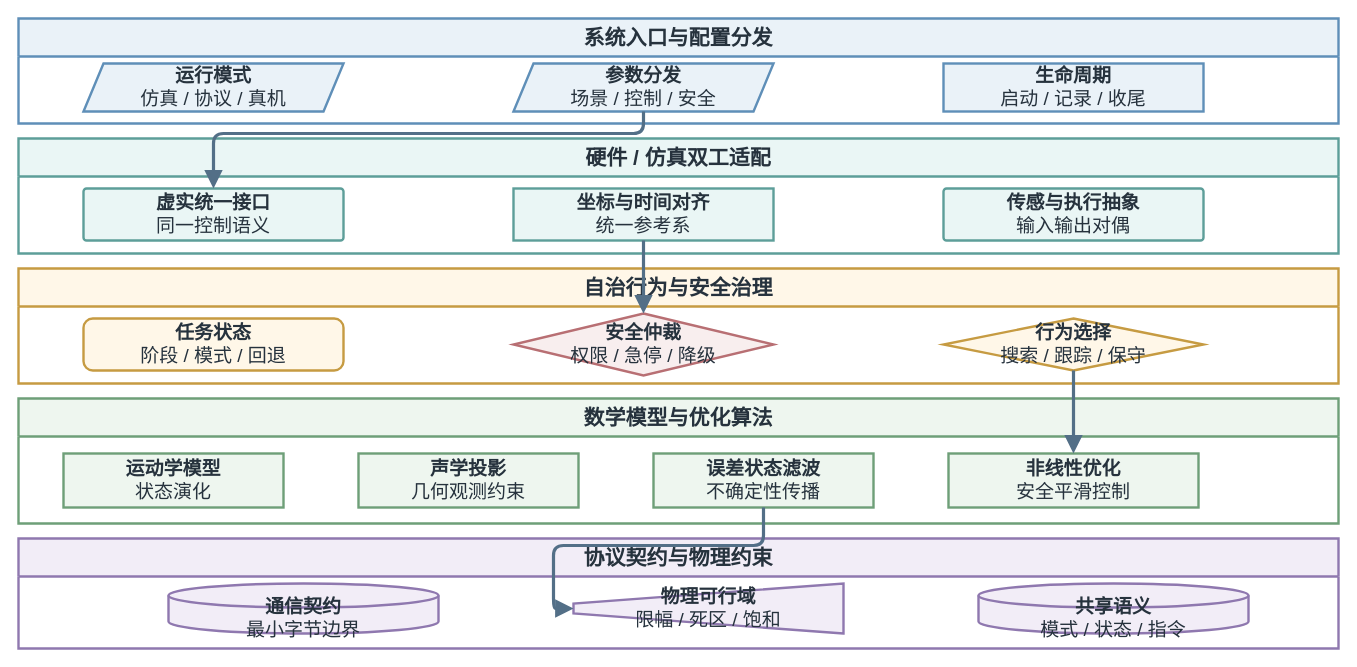
The draw.io diagram docs/thesis/figures/architecture/auv_v2_five_layer_functional_architecture.drawio in 360ZMEM/AUV-Master-Project, before the edit. Source tidied: cells renumbered, new cells numbered last; positions are measured from the earlier drawing's top-left corner, leaving out a move shared by most shapes. Both pictures are drawn from the tidied source at 100%, with x=0, y=0 at pixel (18, 18).
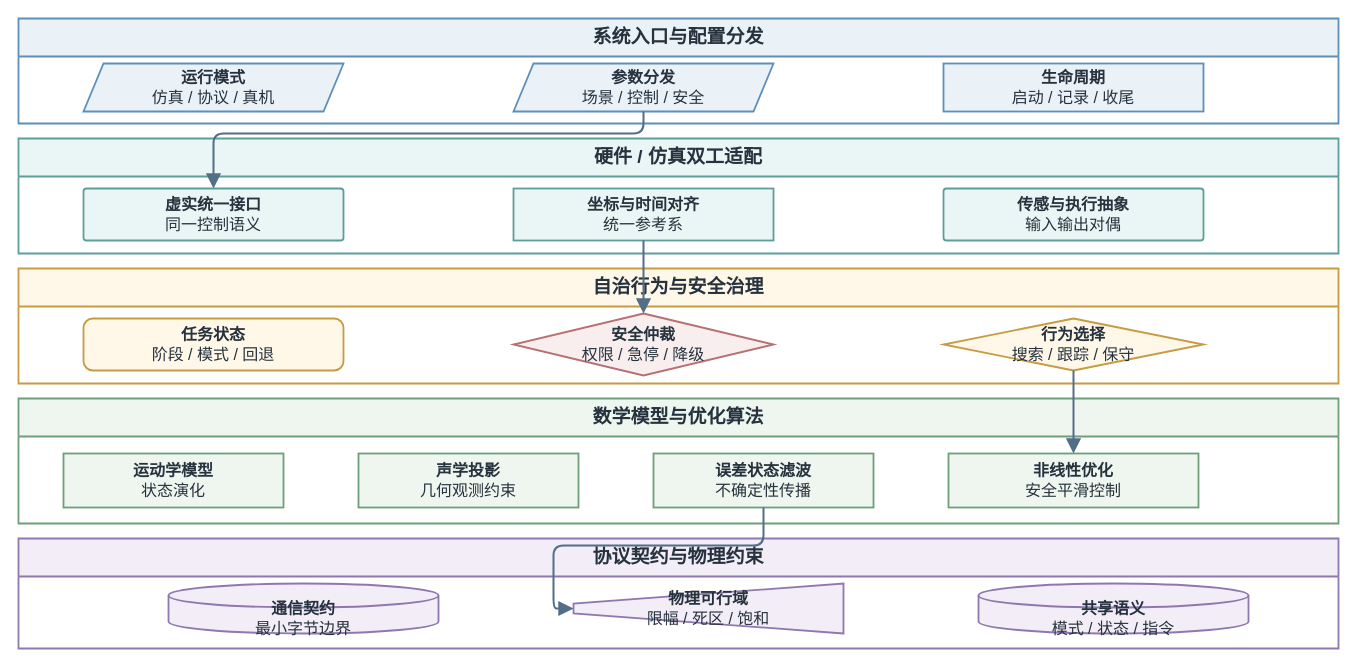
The same diagram, later.

What changed in the source:
```diff
@@
-    <mxCell id="2" value="系统入口与配置分发" style="swimlane;whiteSpace=wrap;html=1;startSize=38;rounded=0;fillColor=#EAF2F8;strokeColor=#5F8FB8;strokeWidth=2.4;fontFamily=Songti SC;fontSize=21;fontStyle=1;fontColor=#26323D;" parent="1" vertex="1">
+    <mxCell id="2" value="系统入口与配置分发" style="swimlane;whiteSpace=wrap;html=1;startSize=38;rounded=0;fillColor=#EAF2F8;strokeColor=#5F8FB8;strokeWidth=1.8;fontFamily=Songti SC;fontSize=19;fontStyle=1;fontColor=#26323D;" parent="1" vertex="1">
       <mxGeometry width="1320" height="105" as="geometry" />
     </mxCell>
-    <mxCell id="3" value="硬件 / 仿真双工适配" style="swimlane;whiteSpace=wrap;html=1;startSize=38;rounded=0;fillColor=#EAF6F5;strokeColor=#5D9E99;strokeWidth=2.4;fontFamily=Songti SC;fontSize=21;fontStyle=1;fontColor=#26323D;" parent="1" vertex="1">
+    <mxCell id="3" value="硬件 / 仿真双工适配" style="swimlane;whiteSpace=wrap;html=1;startSize=38;rounded=0;fillColor=#EAF6F5;strokeColor=#5D9E99;strokeWidth=1.8;fontFamily=Songti SC;fontSize=19;fontStyle=1;fontColor=#26323D;" parent="1" vertex="1">
       <mxGeometry y="120" width="1320" height="115" as="geometry" />
     </mxCell>
-    <mxCell id="4" value="自治行为与安全治理" style="swimlane;whiteSpace=wrap;html=1;startSize=38;rounded=0;fillColor=#FFF7E8;strokeColor=#C69B42;strokeWidth=2.4;fontFamily=Songti SC;fontSize=21;fontStyle=1;fontColor=#26323D;" parent="1" vertex="1">
+    <mxCell id="4" value="自治行为与安全治理" style="swimlane;whiteSpace=wrap;html=1;startSize=38;rounded=0;fillColor=#FFF7E8;strokeColor=#C69B42;strokeWidth=1.8;fontFamily=Songti SC;fontSize=19;fontStyle=1;fontColor=#26323D;" parent="1" vertex="1">
       <mxGeometry y="250" width="1320" height="115" as="geometry" />
     </mxCell>
-    <mxCell id="5" value="数学模型与优化算法" style="swimlane;whiteSpace=wrap;html=1;startSize=38;rounded=0;fillColor=#EEF6EF;strokeColor=#6E9F78;strokeWidth=2.4;fontFamily=Songti SC;fontSize=21;fontStyle=1;fontColor=#26323D;" parent="1" vertex="1">
+    <mxCell id="5" value="数学模型与优化算法" style="swimlane;whiteSpace=wrap;html=1;startSize=38;rounded=0;fillColor=#EEF6EF;strokeColor=#6E9F78;strokeWidth=1.8;fontFamily=Songti SC;fontSize=19;fontStyle=1;fontColor=#26323D;" parent="1" vertex="1">
       <mxGeometry y="380" width="1320" height="125" as="geometry" />
     </mxCell>
-    <mxCell id="6" value="协议契约与物理约束" style="swimlane;whiteSpace=wrap;html=1;startSize=38;rounded=0;fillColor=#F2EDF7;strokeColor=#8F78AF;strokeWidth=2.4;fontFamily=Songti SC;fontSize=21;fontStyle=1;fontColor=#26323D;" parent="1" vertex="1">
+    <mxCell id="6" value="协议契约与物理约束" style="swimlane;whiteSpace=wrap;html=1;startSize=38;rounded=0;fillColor=#F2EDF7;strokeColor=#8F78AF;strokeWidth=1.8;fontFamily=Songti SC;fontSize=19;fontStyle=1;fontColor=#26323D;" parent="1" vertex="1">
       <mxGeometry y="520" width="1320" height="110" as="geometry" />
     </mxCell>
-    <mxCell id="7" value="&lt;b&gt;运行模式&lt;/b&gt;&lt;br&gt;仿真 / 协议 / 真机" style="shape=parallelogram;perimeter=parallelogramPerimeter;fixedSize=1;whiteSpace=wrap;html=1;align=center;verticalAlign=middle;fillColor=#EAF2F8;strokeColor=#5F8FB8;strokeWidth=2.4;spacing=8;fontFamily=Songti SC;fontSize=19;fontColor=#26323D;" parent="2" vertex="1">
+    <mxCell id="7" value="&lt;b&gt;运行模式&lt;/b&gt;&lt;br&gt;仿真 / 协议 / 真机" style="shape=parallelogram;perimeter=parallelogramPerimeter;fixedSize=1;whiteSpace=wrap;html=1;align=center;verticalAlign=middle;fillColor=#EAF2F8;strokeColor=#5F8FB8;strokeWidth=1.8;spacing=8;fontFamily=Songti SC;fontSize=16;fontColor=#26323D;" parent="2" vertex="1">
       <mxGeometry x="65" y="45" width="260" height="48" as="geometry" />
     </mxCell>
-    <mxCell id="8" value="&lt;b&gt;参数分发&lt;/b&gt;&lt;br&gt;场景 / 控制 / 安全" style="shape=parallelogram;perimeter=parallelogramPerimeter;fixedSize=1;whiteSpace=wrap;html=1;align=center;verticalAlign=middle;fillColor=#EAF2F8;strokeColor=#5F8FB8;strokeWidth=2.4;spacing=8;fontFamily=Songti SC;fontSize=19;fontColor=#26323D;" parent="2" vertex="1">
+    <mxCell id="8" value="&lt;b&gt;参数分发&lt;/b&gt;&lt;br&gt;场景 / 控制 / 安全" style="shape=parallelogram;perimeter=parallelogramPerimeter;fixedSize=1;whiteSpace=wrap;html=1;align=center;verticalAlign=middle;fillColor=#EAF2F8;strokeColor=#5F8FB8;strokeWidth=1.8;spacing=8;fontFamily=Songti SC;fontSize=16;fontColor=#26323D;" parent="2" vertex="1">
       <mxGeometry x="495" y="45" width="260" height="48" as="geometry" />
     </mxCell>
-    <mxCell id="9" value="&lt;b&gt;生命周期&lt;/b&gt;&lt;br&gt;启动 / 记录 / 收尾" style="rounded=0;whiteSpace=wrap;html=1;align=center;verticalAlign=middle;fillColor=#EAF2F8;strokeColor=#5F8FB8;strokeWidth=2.4;spacing=8;fontFamily=Songti SC;fontSize=19;fontColor=#26323D;" parent="2" vertex="1">
+    <mxCell id="9" value="&lt;b&gt;生命周期&lt;/b&gt;&lt;br&gt;启动 / 记录 / 收尾" style="rounded=0;whiteSpace=wrap;html=1;align=center;verticalAlign=middle;fillColor=#EAF2F8;strokeColor=#5F8FB8;strokeWidth=1.8;spacing=8;fontFamily=Songti SC;fontSize=16;fontColor=#26323D;" parent="2" vertex="1">
       <mxGeometry x="925" y="45" width="260" height="48" as="geometry" />
     </mxCell>
-    <mxCell id="10" value="&lt;b&gt;虚实统一接口&lt;/b&gt;&lt;br&gt;同一控制语义" style="rounded=1;arcSize=6;whiteSpace=wrap;html=1;align=center;verticalAlign=middle;fillColor=#EAF6F5;strokeColor=#5D9E99;strokeWidth=2.4;spacing=8;fontFamily=Songti SC;fontSize=19;fontColor=#26323D;" parent="3" vertex="1">
+    <mxCell id="10" value="&lt;b&gt;虚实统一接口&lt;/b&gt;&lt;br&gt;同一控制语义" style="rounded=1;arcSize=6;whiteSpace=wrap;html=1;align=center;verticalAlign=middle;fillColor=#EAF6F5;strokeColor=#5D9E99;strokeWidth=1.8;spacing=8;fontFamily=Songti SC;fontSize=16;fontColor=#26323D;" parent="3" vertex="1">
       <mxGeometry x="65" y="50" width="260" height="52" as="geometry" />
     </mxCell>
-    <mxCell id="11" value="&lt;b&gt;坐标与时间对齐&lt;/b&gt;&lt;br&gt;统一参考系" style="rounded=0;whiteSpace=wrap;html=1;align=center;verticalAlign=middle;fillColor=#EAF6F5;strokeColor=#5D9E99;strokeWidth=2.4;spacing=8;fontFamily=Songti SC;fontSize=19;fontColor=#26323D;" parent="3" vertex="1">
+    <mxCell id="11" value="&lt;b&gt;坐标与时间对齐&lt;/b&gt;&lt;br&gt;统一参考系" style="rounded=0;whiteSpace=wrap;html=1;align=center;verticalAlign=middle;fillColor=#EAF6F5;strokeColor=#5D9E99;strokeWidth=1.8;spacing=8;fontFamily=Songti SC;fontSize=16;fontColor=#26323D;" parent="3" vertex="1">
       <mxGeometry x="495" y="50" width="260" height="52" as="geometry" />
     </mxCell>
-    <mxCell id="12" value="&lt;b&gt;传感与执行抽象&lt;/b&gt;&lt;br&gt;输入输出对偶" style="rounded=1;arcSize=6;whiteSpace=wrap;html=1;align=center;verticalAlign=middle;fillColor=#EAF6F5;strokeColor=#5D9E99;strokeWidth=2.4;spacing=8;fontFamily=Songti SC;fontSize=19;fontColor=#26323D;" parent="3" vertex="1">
+    <mxCell id="12" value="&lt;b&gt;传感与执行抽象&lt;/b&gt;&lt;br&gt;输入输出对偶" style="rounded=1;arcSize=6;whiteSpace=wrap;html=1;align=center;verticalAlign=middle;fillColor=#EAF6F5;strokeColor=#5D9E99;strokeWidth=1.8;spacing=8;fontFamily=Songti SC;fontSize=16;fontColor=#26323D;" parent="3" vertex="1">
       <mxGeometry x="925" y="50" width="260" height="52" as="geometry" />
     </mxCell>
-    <mxCell id="13" value="&lt;b&gt;任务状态&lt;/b&gt;&lt;br&gt;阶段 / 模式 / 回退" style="rounded=1;arcSize=18;whiteSpace=wrap;html=1;align=center;verticalAlign=middle;fillColor=#FFF7E8;strokeColor=#C69B42;strokeWidth=2.4;spacing=8;fontFamily=Songti SC;fontSize=19;fontColor=#26323D;" parent="4" vertex="1">
+    <mxCell id="13" value="&lt;b&gt;任务状态&lt;/b&gt;&lt;br&gt;阶段 / 模式 / 回退" style="rounded=1;arcSize=18;whiteSpace=wrap;html=1;align=center;verticalAlign=middle;fillColor=#FFF7E8;strokeColor=#C69B42;strokeWidth=1.8;spacing=8;fontFamily=Songti SC;fontSize=16;fontColor=#26323D;" parent="4" vertex="1">
       <mxGeometry x="65" y="50" width="260" height="52" as="geometry" />
     </mxCell>
-    <mxCell id="14" value="&lt;b&gt;安全仲裁&lt;/b&gt;&lt;br&gt;权限 / 急停 / 降级" style="rhombus;whiteSpace=wrap;html=1;align=center;verticalAlign=middle;fillColor=#F8EEEE;strokeColor=#B86F73;strokeWidth=2.4;spacing=8;fontFamily=Songti SC;fontSize=19;fontColor=#26323D;" parent="4" vertex="1">
+    <mxCell id="14" value="&lt;b&gt;安全仲裁&lt;/b&gt;&lt;br&gt;权限 / 急停 / 降级" style="rhombus;whiteSpace=wrap;html=1;align=center;verticalAlign=middle;fillColor=#F8EEEE;strokeColor=#B86F73;strokeWidth=1.8;spacing=8;fontFamily=Songti SC;fontSize=16;fontColor=#26323D;" parent="4" vertex="1">
       <mxGeometry x="495" y="45" width="260" height="62" as="geometry" />
     </mxCell>
-    <mxCell id="15" value="&lt;b&gt;行为选择&lt;/b&gt;&lt;br&gt;搜索 / 跟踪 / 保守" style="rhombus;whiteSpace=wrap;html=1;align=center;verticalAlign=middle;fillColor=#FFF7E8;strokeColor=#C69B42;strokeWidth=2.4;spacing=8;fontFamily=Songti SC;fontSize=19;fontColor=#26323D;" parent="4" vertex="1">
+    <mxCell id="15" value="&lt;b&gt;行为选择&lt;/b&gt;&lt;br&gt;搜索 / 跟踪 / 保守" style="rhombus;whiteSpace=wrap;html=1;align=center;verticalAlign=middle;fillColor=#FFF7E8;strokeColor=#C69B42;strokeWidth=1.8;spacing=8;fontFamily=Songti SC;fontSize=16;fontColor=#26323D;" parent="4" vertex="1">
       <mxGeometry x="925" y="50" width="260" height="52" as="geometry" />
     </mxCell>
-    <mxCell id="16" value="&lt;b&gt;运动学模型&lt;/b&gt;&lt;br&gt;状态演化" style="rounded=0;whiteSpace=wrap;html=1;align=center;verticalAlign=middle;fillColor=#EEF6EF;strokeColor=#6E9F78;strokeWidth=2.4;spacing=8;fontFamily=Songti SC;fontSize=19;fontColor=#26323D;" parent="5" vertex="1">
+    <mxCell id="16" value="&lt;b&gt;运动学模型&lt;/b&gt;&lt;br&gt;状态演化" style="rounded=0;whiteSpace=wrap;html=1;align=center;verticalAlign=middle;fillColor=#EEF6EF;strokeColor=#6E9F78;strokeWidth=1.8;spacing=8;fontFamily=Songti SC;fontSize=16;fontColor=#26323D;" parent="5" vertex="1">
       <mxGeometry x="45" y="55" width="220" height="54" as="geometry" />
     </mxCell>
-    <mxCell id="17" value="&lt;b&gt;声学投影&lt;/b&gt;&lt;br&gt;几何观测约束" style="rounded=0;whiteSpace=wrap;html=1;align=center;verticalAlign=middle;fillColor=#EEF6EF;strokeColor=#6E9F78;strokeWidth=2.4;spacing=8;fontFamily=Songti SC;fontSize=19;fontColor=#26323D;" parent="5" vertex="1">
+    <mxCell id="17" value="&lt;b&gt;声学投影&lt;/b&gt;&lt;br&gt;几何观测约束" style="rounded=0;whiteSpace=wrap;html=1;align=center;verticalAlign=middle;fillColor=#EEF6EF;strokeColor=#6E9F78;strokeWidth=1.8;spacing=8;fontFamily=Songti SC;fontSize=16;fontColor=#26323D;" parent="5" vertex="1">
       <mxGeometry x="340" y="55" width="220" height="54" as="geometry" />
     </mxCell>
-    <mxCell id="18" value="&lt;b&gt;误差状态滤波&lt;/b&gt;&lt;br&gt;不确定性传播" style="rounded=0;whiteSpace=wrap;html=1;align=center;verticalAlign=middle;fillColor=#EEF6EF;strokeColor=#6E9F78;strokeWidth=2.4;spacing=8;fontFamily=Songti SC;fontSize=19;fontColor=#26323D;" parent="5" vertex="1">
+    <mxCell id="18" value="&lt;b&gt;误差状态滤波&lt;/b&gt;&lt;br&gt;不确定性传播" style="rounded=0;whiteSpace=wrap;html=1;align=center;verticalAlign=middle;fillColor=#EEF6EF;strokeColor=#6E9F78;strokeWidth=1.8;spacing=8;fontFamily=Songti SC;fontSize=16;fontColor=#26323D;" parent="5" vertex="1">
       <mxGeometry x="635" y="55" width="220" height="54" as="geometry" />
     </mxCell>
-    <mxCell id="19" value="&lt;b&gt;非线性优化&lt;/b&gt;&lt;br&gt;安全平滑控制" style="rounded=0;whiteSpace=wrap;html=1;align=center;verticalAlign=middle;fillColor=#EEF6EF;strokeColor=#6E9F78;strokeWidth=2.4;spacing=8;fontFamily=Songti SC;fontSize=19;fontColor=#26323D;" parent="5" vertex="1">
+    <mxCell id="19" value="&lt;b&gt;非线性优化&lt;/b&gt;&lt;br&gt;安全平滑控制" style="rounded=0;whiteSpace=wrap;html=1;align=center;verticalAlign=middle;fillColor=#EEF6EF;strokeColor=#6E9F78;strokeWidth=1.8;spacing=8;fontFamily=Songti SC;fontSize=16;fontColor=#26323D;" parent="5" vertex="1">
       <mxGeometry x="930" y="55" width="250" height="54" as="geometry" />
     </mxCell>
-    <mxCell id="20" value="&lt;b&gt;通信契约&lt;/b&gt;&lt;br&gt;最小字节边界" style="shape=cylinder3;boundedLbl=1;backgroundOutline=1;size=12;whiteSpace=wrap;html=1;align=center;verticalAlign=middle;fillColor=#F2EDF7;strokeColor=#8F78AF;strokeWidth=2.4;spacing=8;fontFamily=Songti SC;fontSize=19;fontColor=#26323D;" parent="6" vertex="1">
+    <mxCell id="20" value="&lt;b&gt;通信契约&lt;/b&gt;&lt;br&gt;最小字节边界" style="shape=cylinder3;boundedLbl=1;backgroundOutline=1;size=12;whiteSpace=wrap;html=1;align=center;verticalAlign=middle;fillColor=#F2EDF7;strokeColor=#8F78AF;strokeWidth=1.8;spacing=8;fontFamily=Songti SC;fontSize=16;fontColor=#26323D;" parent="6" vertex="1">
       <mxGeometry x="150" y="45" width="270" height="50" as="geometry" />
     </mxCell>
-    <mxCell id="21" value="&lt;b&gt;物理可行域&lt;/b&gt;&lt;br&gt;限幅 / 死区 / 饱和" style="shape=trapezoid;perimeter=trapezoidPerimeter;fixedSize=1;direction=north;whiteSpace=wrap;html=1;align=center;verticalAlign=middle;fillColor=#F2EDF7;strokeColor=#8F78AF;strokeWidth=2.4;spacing=8;fontFamily=Songti SC;fontSize=19;fontColor=#26323D;" parent="6" vertex="1">
+    <mxCell id="21" value="&lt;b&gt;物理可行域&lt;/b&gt;&lt;br&gt;限幅 / 死区 / 饱和" style="shape=trapezoid;perimeter=trapezoidPerimeter;fixedSize=1;direction=north;whiteSpace=wrap;html=1;align=center;verticalAlign=middle;fillColor=#F2EDF7;strokeColor=#8F78AF;strokeWidth=1.8;spacing=8;fontFamily=Songti SC;fontSize=16;fontColor=#26323D;" parent="6" vertex="1">
       <mxGeometry x="555" y="45" width="270" height="50" as="geometry" />
     </mxCell>
-    <mxCell id="22" value="&lt;b&gt;共享语义&lt;/b&gt;&lt;br&gt;模式 / 状态 / 指令" style="shape=cylinder3;boundedLbl=1;backgroundOutline=1;size=12;whiteSpace=wrap;html=1;align=center;verticalAlign=middle;fillColor=#F2EDF7;strokeColor=#8F78AF;strokeWidth=2.4;spacing=8;fontFamily=Songti SC;fontSize=19;fontColor=#26323D;" parent="6" vertex="1">
+    <mxCell id="22" value="&lt;b&gt;共享语义&lt;/b&gt;&lt;br&gt;模式 / 状态 / 指令" style="shape=cylinder3;boundedLbl=1;backgroundOutline=1;size=12;whiteSpace=wrap;html=1;align=center;verticalAlign=middle;fillColor=#F2EDF7;strokeColor=#8F78AF;strokeWidth=1.8;spacing=8;fontFamily=Songti SC;fontSize=16;fontColor=#26323D;" parent="6" vertex="1">
       <mxGeometry x="960" y="45" width="270" height="50" as="geometry" />
     </mxCell>
-    <mxCell id="23" style="edgeStyle=orthogonalEdgeStyle;rounded=1;jettySize=auto;html=1;strokeColor=#536F87;strokeWidth=3.2;fontFamily=Songti SC;fontSize=18;fontStyle=1;fontColor=#25384A;labelBackgroundColor=#FFFFFF;labelBorderColor=none;endArrow=block;endFill=1;endSize=10;exitX=0.5;exitY=1;entryX=0.5;entryY=0;" parent="1" edge="1" source="8" target="10">
+    <mxCell id="23" style="edgeStyle=orthogonalEdgeStyle;rounded=1;jettySize=auto;html=1;strokeColor=#536F87;strokeWidth=2.0;fontFamily=Songti SC;fontSize=14;fontStyle=1;fontColor=#25384A;labelBackgroundColor=#FFFFFF;labelBorderColor=none;endArrow=block;endFill=1;endSize=10;exitX=0.5;exitY=1;entryX=0.5;entryY=0;" parent="1" edge="1" source="8" target="10">
       <mxGeometry relative="1" as="geometry">
         <Array as="points">
           <mxPoint x="595" y="115" />
           <mxPoint x="165" y="115" />
         </Array>
       </mxGeometry>
     </mxCell>
-    <mxCell id="24" style="edgeStyle=orthogonalEdgeStyle;rounded=1;jettySize=auto;html=1;strokeColor=#536F87;strokeWidth=3.2;fontFamily=Songti SC;fontSize=18;fontStyle=1;fontColor=#25384A;labelBackgroundColor=#FFFFFF;labelBorderColor=none;endArrow=block;endFill=1;endSize=10;exitX=0.5;exitY=1;entryX=0.5;entryY=0;" parent="1" edge="1" source="11" target="14">
+    <mxCell id="24" style="edgeStyle=orthogonalEdgeStyle;rounded=1;jettySize=auto;html=1;strokeColor=#536F87;strokeWidth=2.0;fontFamily=Songti SC;fontSize=14;fontStyle=1;fontColor=#25384A;labelBackgroundColor=#FFFFFF;labelBorderColor=none;endArrow=block;endFill=1;endSize=10;exitX=0.5;exitY=1;entryX=0.5;entryY=0;" parent="1" edge="1" source="11" target="14">
       <mxGeometry relative="1" as="geometry" />
     </mxCell>
-    <mxCell id="25" style="edgeStyle=orthogonalEdgeStyle;rounded=1;jettySize=auto;html=1;strokeColor=#536F87;strokeWidth=3.2;fontFamily=Songti SC;fontSize=18;fontStyle=1;fontColor=#25384A;labelBackgroundColor=#FFFFFF;labelBorderColor=none;endArrow=block;endFill=1;endSize=10;exitX=0.5;exitY=1;entryX=0.5;entryY=0;" parent="1" edge="1" source="15" target="19">
+    <mxCell id="25" style="edgeStyle=orthogonalEdgeStyle;rounded=1;jettySize=auto;html=1;strokeColor=#536F87;strokeWidth=2.0;fontFamily=Songti SC;fontSize=14;fontStyle=1;fontColor=#25384A;labelBackgroundColor=#FFFFFF;labelBorderColor=none;endArrow=block;endFill=1;endSize=10;exitX=0.5;exitY=1;entryX=0.5;entryY=0;" parent="1" edge="1" source="15" target="19">
       <mxGeometry relative="1" as="geometry" />
     </mxCell>
-    <mxCell id="26" style="edgeStyle=orthogonalEdgeStyle;rounded=1;jettySize=auto;html=1;strokeColor=#536F87;strokeWidth=3.2;fontFamily=Songti SC;fontSize=18;fontStyle=1;fontColor=#25384A;labelBackgroundColor=#FFFFFF;labelBorderColor=none;endArrow=block;endFill=1;endSize=10;exitX=0.5;exitY=1;entryX=0.5;entryY=0;" parent="1" edge="1" source="18" target="21">
+    <mxCell id="26" style="edgeStyle=orthogonalEdgeStyle;rounded=1;jettySize=auto;html=1;strokeColor=#536F87;strokeWidth=2.0;fontFamily=Songti SC;fontSize=14;fontStyle=1;fontColor=#25384A;labelBackgroundColor=#FFFFFF;labelBorderColor=none;endArrow=block;endFill=1;endSize=10;exitX=0.5;exitY=1;entryX=0.5;entryY=0;" parent="1" edge="1" source="18" target="21">
       <mxGeometry relative="1" as="geometry" />
     </mxCell>
```
